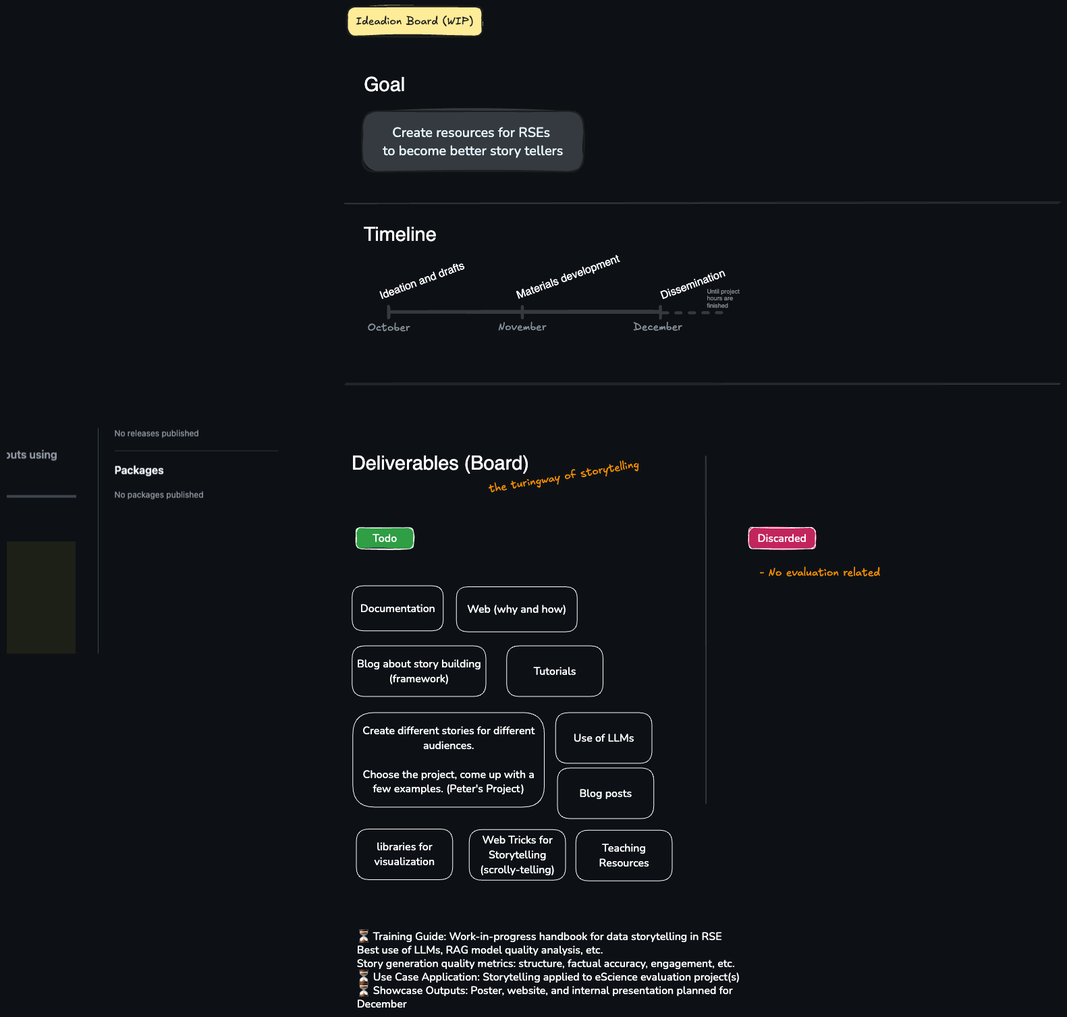
Above: README.excalidraw.png in NLeSC/data-storytelling (Excalidraw), before the change. Source tidied: one line per element, renumbered; positions are measured from the earlier drawing's top-left corner, leaving out a move shared by most shapes.
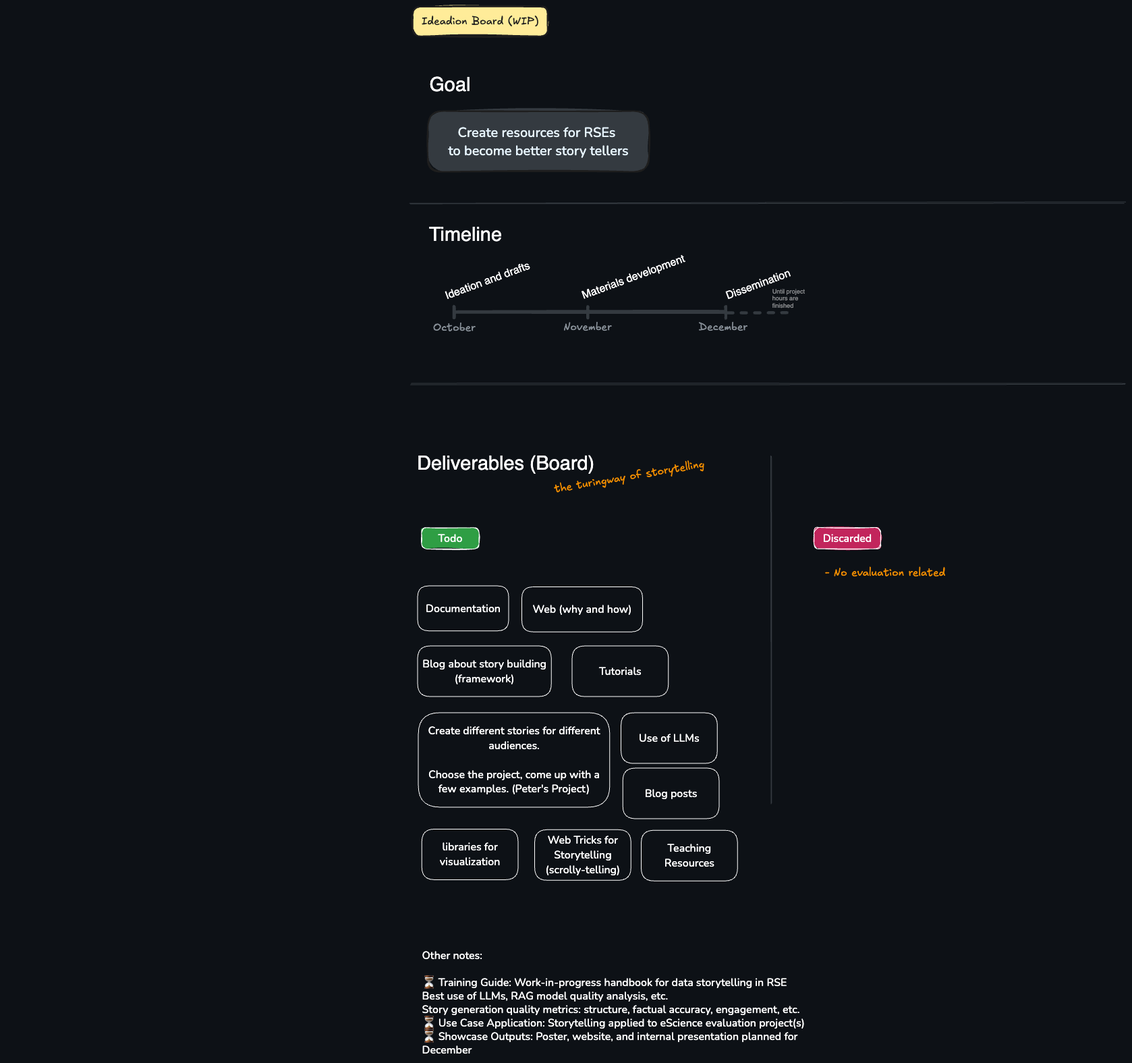
The same file after the commit.

Commit message:
Update README.excalidraw.png with new visual content

Diff of the diagram source:
```diff
@@ -3,7 +3,7 @@
 {"id": 2, "type": "text", "text": "Documentation", "strokeColor": "#ffffff", "backgroundColor": "#2f9e44", "fillStyle": "solid", "strokeWidth": 1, "roughness": 1, "fontSize": 16, "fontFamily": 6, "textAlign": "center", "verticalAlign": "middle", "inside": 1, "x": 23, "y": 881, "width": 111, "height": 22}
 {"id": 3, "type": "text", "text": "the turingway of storytelling", "strokeColor": "#f08c00", "angle": 6.12, "strokeWidth": 0.5, "roughness": 0, "fontSize": 16, "fontFamily": 5, "x": 212, "y": 686, "width": 225, "height": 20}
 {"id": 4, "type": "text", "text": "- No evaluation related", "strokeColor": "#f08c00", "strokeWidth": 0.5, "roughness": 0, "fontSize": 16, "fontFamily": 5, "x": 615, "y": 829, "width": 178, "height": 20}
-{"id": 5, "type": "text", "text": "⏳ Training Guide: Work-in-progress handbook for data storytelling in RSE\nBest use of LLMs, RAG model quality analysis, etc.\nStory generation quality metrics: structure, factual accuracy, engagement, etc.\n⏳ Use Case Application: Storytelling applied to eScience evaluation project(s)\n⏳ Showcase Outputs: Poster, website, and internal presentation planned for\nDecember", "strokeColor": "#ffffff", "strokeWidth": 0.5, "roughness": 0, "fontSize": 16, "fontFamily": 6, "x": 18, "y": 1368, "width": 605, "height": 120}
+{"id": 5, "type": "text", "text": "Other notes: \n\n⏳ Training Guide: Work-in-progress handbook for data storytelling in RSE\nBest use of LLMs, RAG model quality analysis, etc.\nStory generation quality metrics: structure, factual accuracy, engagement, etc.\n⏳ Use Case Application: Storytelling applied to eScience evaluation project(s)\n⏳ Showcase Outputs: Poster, website, and internal presentation planned for\nDecember", "strokeColor": "#ffffff", "strokeWidth": 0.5, "roughness": 0, "fontSize": 16, "fontFamily": 6, "x": 17, "y": 1396, "width": 605, "height": 160}
 {"id": 6, "type": "rectangle", "strokeColor": "#1e1e1e", "backgroundColor": "#ffec99", "fillStyle": "solid", "strokeWidth": 2, "roughness": 1, "round": true, "x": 4, "y": 0, "width": 200, "height": 44}
 {"id": 7, "type": "text", "text": "Ideadion Board (WIP)", "strokeColor": "#1e1e1e", "backgroundColor": "#ffec99", "fillStyle": "solid", "strokeWidth": 2, "roughness": 1, "fontSize": 16, "fontFamily": 5, "textAlign": "center", "verticalAlign": "middle", "inside": 6, "x": 17, "y": 12, "width": 174, "height": 20}
 {"id": 8, "type": "line", "strokeColor": "#343a40", "strokeWidth": 1, "roughness": 1, "round": true, "x": 535, "y": 665, "width": 0, "height": 516, "points": [[0, 0], [0, 516]]}
```
